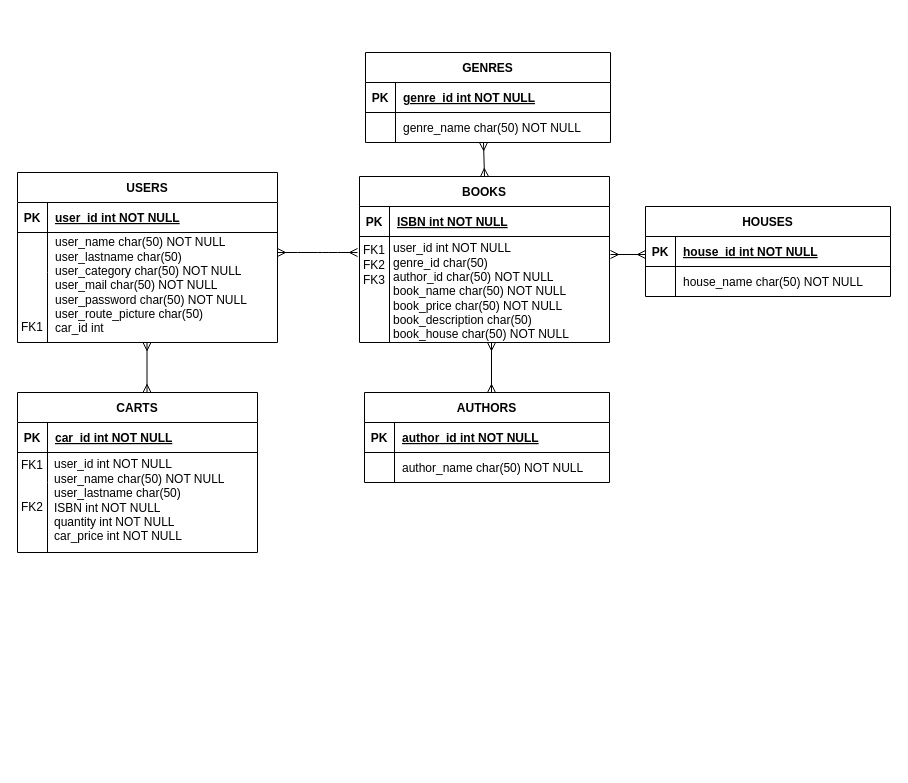
Earlier version of the draw.io diagram LstandsEntityDiagram.drawio (mariadelrosario98/grupo_7_LSTANDSFORLIBROS). Source tidied: cells renumbered, new cells numbered last; positions are measured from the earlier drawing's top-left corner, leaving out a move shared by most shapes. Both pictures are drawn from the tidied source at 100%, with x=0, y=0 at pixel (17, 17).
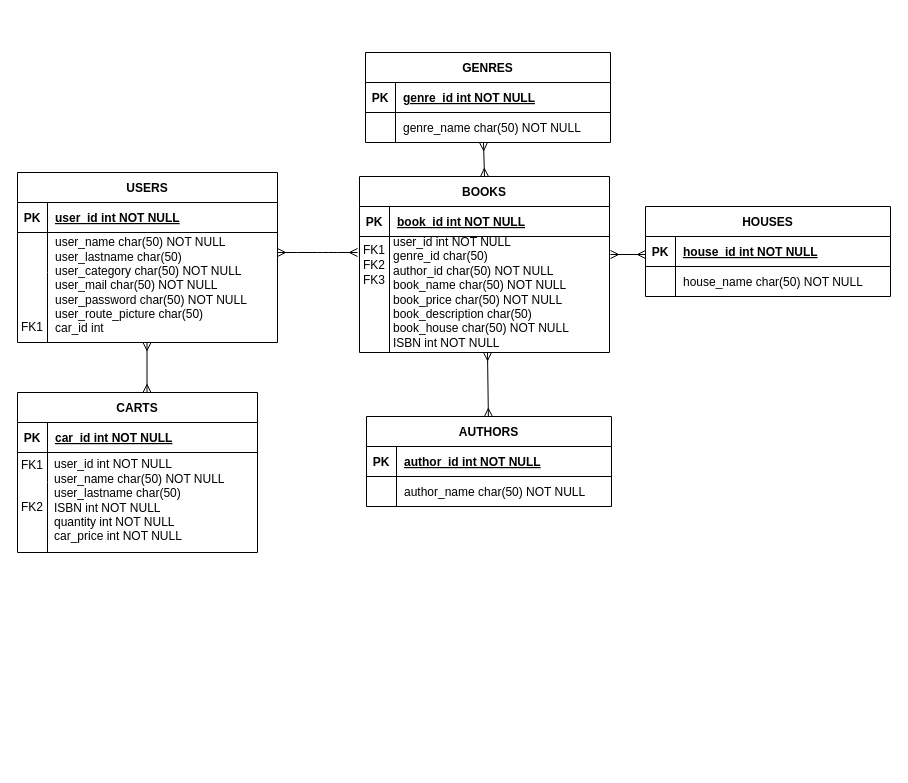
The same page after the edit.

Commit message (it also covers changes not shown here):
un pequeo cambio sobre el DER

The change refers to these unchanged cells:
```xml
<mxCell id="4" style="shape=partialRectangle;fillColor=none;top=0;left=0;right=0;bottom=1;" parent="3" vertex="1">
  <mxGeometry y="30" width="250" height="30" as="geometry" />
</mxCell>
```

Diff of the diagram source:
```diff
@@
     <mxCell id="3" value="BOOKS" style="shape=table;startSize=30;childLayout=tableLayout;rowLines=0;fontStyle=1;align=center;" parent="1" vertex="1">
-      <mxGeometry x="342" y="159" width="250" height="166" as="geometry" />
+      <mxGeometry x="342" y="159" width="250" height="176" as="geometry" />
     </mxCell>
@@
-    <mxCell id="6" value="ISBN int NOT NULL " style="shape=partialRectangle;overflow=hidden;fillColor=none;top=0;left=0;bottom=0;right=0;align=left;spacingLeft=6;fontStyle=5;" parent="4" vertex="1">
+    <mxCell id="6" value="book_id int NOT NULL " style="shape=partialRectangle;overflow=hidden;fillColor=none;top=0;left=0;bottom=0;right=0;align=left;spacingLeft=6;fontStyle=5;" parent="4" vertex="1">
       <mxGeometry x="30" width="220" height="30" as="geometry" />
     </mxCell>
@@
-    <mxCell id="19" value="&lt;div align=&quot;left&quot;&gt;&lt;font style=&quot;font-size: 12px&quot;&gt;user_id int NOT NULL&lt;/font&gt;&lt;/div&gt;&lt;div align=&quot;left&quot;&gt;&lt;font style=&quot;font-size: 12px&quot;&gt;genre_id char(50)&lt;br&gt;&lt;/font&gt;&lt;/div&gt;&lt;div align=&quot;left&quot;&gt;&lt;font style=&quot;font-size: 12px&quot;&gt;author_id char(50) NOT NULL&lt;/font&gt;&lt;/div&gt;&lt;div align=&quot;left&quot;&gt;&lt;font style=&quot;font-size: 12px&quot;&gt;book_name char(50) NOT NULL&lt;/font&gt;&lt;/div&gt;&lt;div align=&quot;left&quot;&gt;&lt;font style=&quot;font-size: 12px&quot;&gt;book_price char(50) NOT NULL&lt;/font&gt;&lt;/div&gt;&lt;div align=&quot;left&quot;&gt;&lt;font style=&quot;font-size: 12px&quot;&gt;book_description char(50) &lt;br&gt;&lt;/font&gt;&lt;/div&gt;&lt;div align=&quot;left&quot;&gt;&lt;font style=&quot;font-size: 12px&quot;&gt;book_house char(50) NOT NULL&lt;br&gt;&lt;/font&gt;&lt;/div&gt;" style="text;html=1;strokeColor=none;fillColor=none;align=left;verticalAlign=middle;whiteSpace=wrap;rounded=0;" parent="1" vertex="1">
-      <mxGeometry x="374" y="220" width="220" height="107" as="geometry" />
+    <mxCell id="19" value="&lt;div align=&quot;left&quot;&gt;&lt;font style=&quot;font-size: 12px&quot;&gt;user_id int NOT NULL&lt;/font&gt;&lt;/div&gt;&lt;div align=&quot;left&quot;&gt;&lt;font style=&quot;font-size: 12px&quot;&gt;genre_id char(50)&lt;br&gt;&lt;/font&gt;&lt;/div&gt;&lt;div align=&quot;left&quot;&gt;&lt;font style=&quot;font-size: 12px&quot;&gt;author_id char(50) NOT NULL&lt;/font&gt;&lt;/div&gt;&lt;div align=&quot;left&quot;&gt;&lt;font style=&quot;font-size: 12px&quot;&gt;book_name char(50) NOT NULL&lt;/font&gt;&lt;/div&gt;&lt;div align=&quot;left&quot;&gt;&lt;font style=&quot;font-size: 12px&quot;&gt;book_price char(50) NOT NULL&lt;/font&gt;&lt;/div&gt;&lt;div align=&quot;left&quot;&gt;&lt;font style=&quot;font-size: 12px&quot;&gt;book_description char(50) &lt;br&gt;&lt;/font&gt;&lt;/div&gt;&lt;div align=&quot;left&quot;&gt;&lt;font style=&quot;font-size: 12px&quot;&gt;book_house char(50) NOT NULL&lt;br&gt;&lt;/font&gt;&lt;/div&gt;&lt;div align=&quot;left&quot;&gt;&lt;font style=&quot;font-size: 12px&quot;&gt;ISBN int NOT NULL&lt;/font&gt;&lt;/div&gt;" style="text;html=1;strokeColor=none;fillColor=none;align=left;verticalAlign=middle;whiteSpace=wrap;rounded=0;" parent="1" vertex="1">
+      <mxGeometry x="374" y="221" width="220" height="107" as="geometry" />
     </mxCell>
@@
     <mxCell id="22" style="endArrow=none;html=1;rounded=0;" parent="1" edge="1">
       <mxGeometry relative="1" as="geometry">
-        <mxPoint x="372" y="325" as="sourcePoint" />
+        <mxPoint x="372" y="335" as="sourcePoint" />
         <mxPoint x="372" y="235" as="targetPoint" />
       </mxGeometry>
     </mxCell>
     <mxCell id="23" style="group;" parent="1" vertex="1">
-      <mxGeometry x="352" y="385" width="338" height="340" as="geometry" />
+      <mxGeometry x="353" y="409" width="338" height="340" as="geometry" />
     </mxCell>
     <mxCell id="24" value="AUTHORS" style="shape=table;startSize=30;childLayout=tableLayout;rowLines=0;fontStyle=1;align=center;" parent="23" vertex="1">
-      <mxGeometry x="-5" y="-10" width="245" height="90" as="geometry" />
+      <mxGeometry x="-4" y="-10" width="245" height="90" as="geometry" />
     </mxCell>
@@
-    <mxCell id="31" style="endArrow=ERmany;html=1;rounded=0;startArrow=ERmany;startFill=0;endFill=0;" parent="1" edge="1">
+    <mxCell id="31" style="endArrow=ERmany;html=1;rounded=0;startArrow=ERmany;startFill=0;endFill=0;" parent="1" edge="1" source="24">
       <mxGeometry relative="1" as="geometry">
-        <mxPoint x="474" y="375" as="sourcePoint" />
-        <mxPoint x="474" y="325" as="targetPoint" />
+        <mxPoint x="470" y="335" as="targetPoint" />
       </mxGeometry>
     </mxCell>
```
